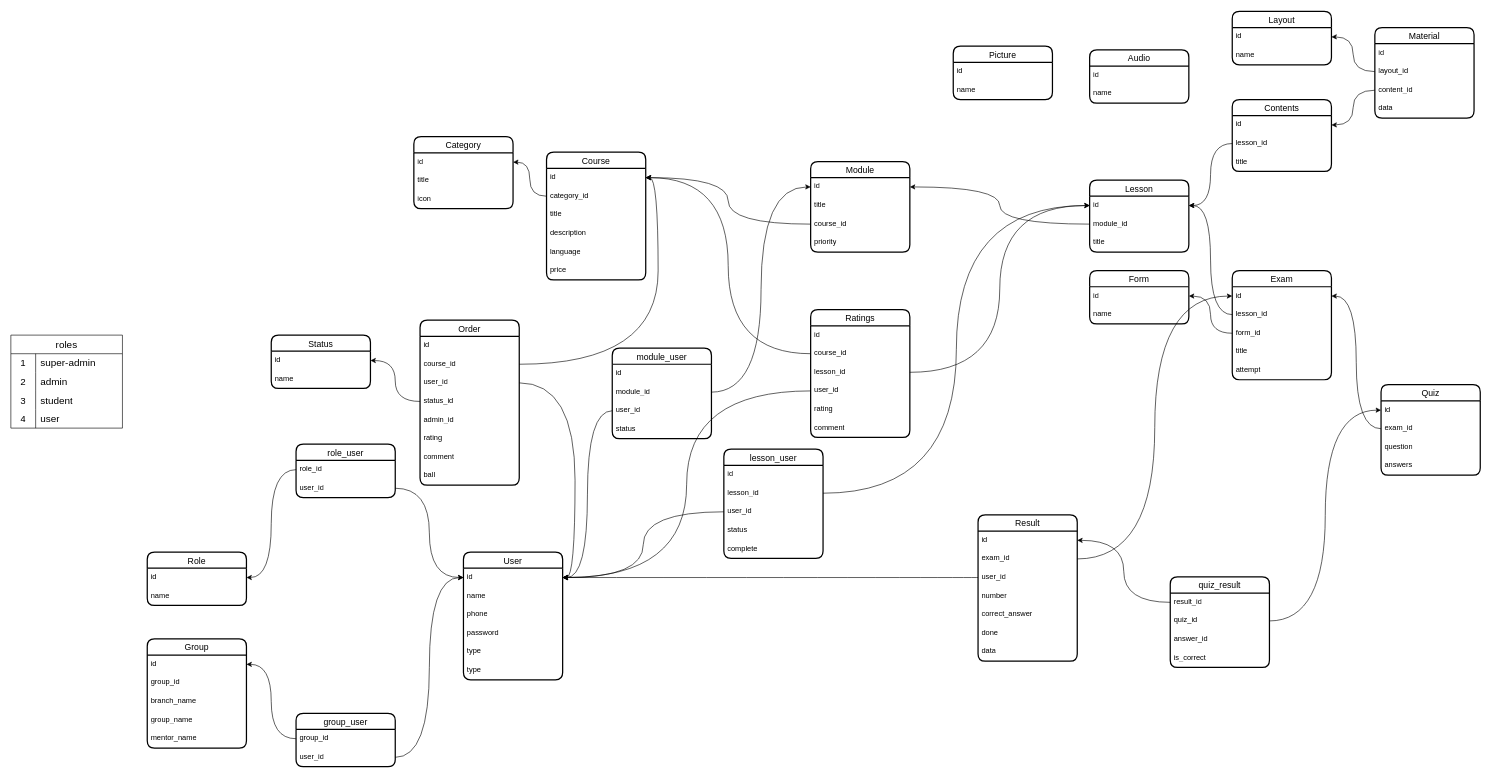
iztileuoff/databases keeps this draw.io diagram as newaction.drawio. Above is the earlier version. Source tidied: cells renumbered, new cells numbered last; positions are measured from the earlier drawing's top-left corner, leaving out a move shared by most shapes. Both pictures are drawn from the tidied source at 62%, with x=0, y=0 at pixel (11, 11).
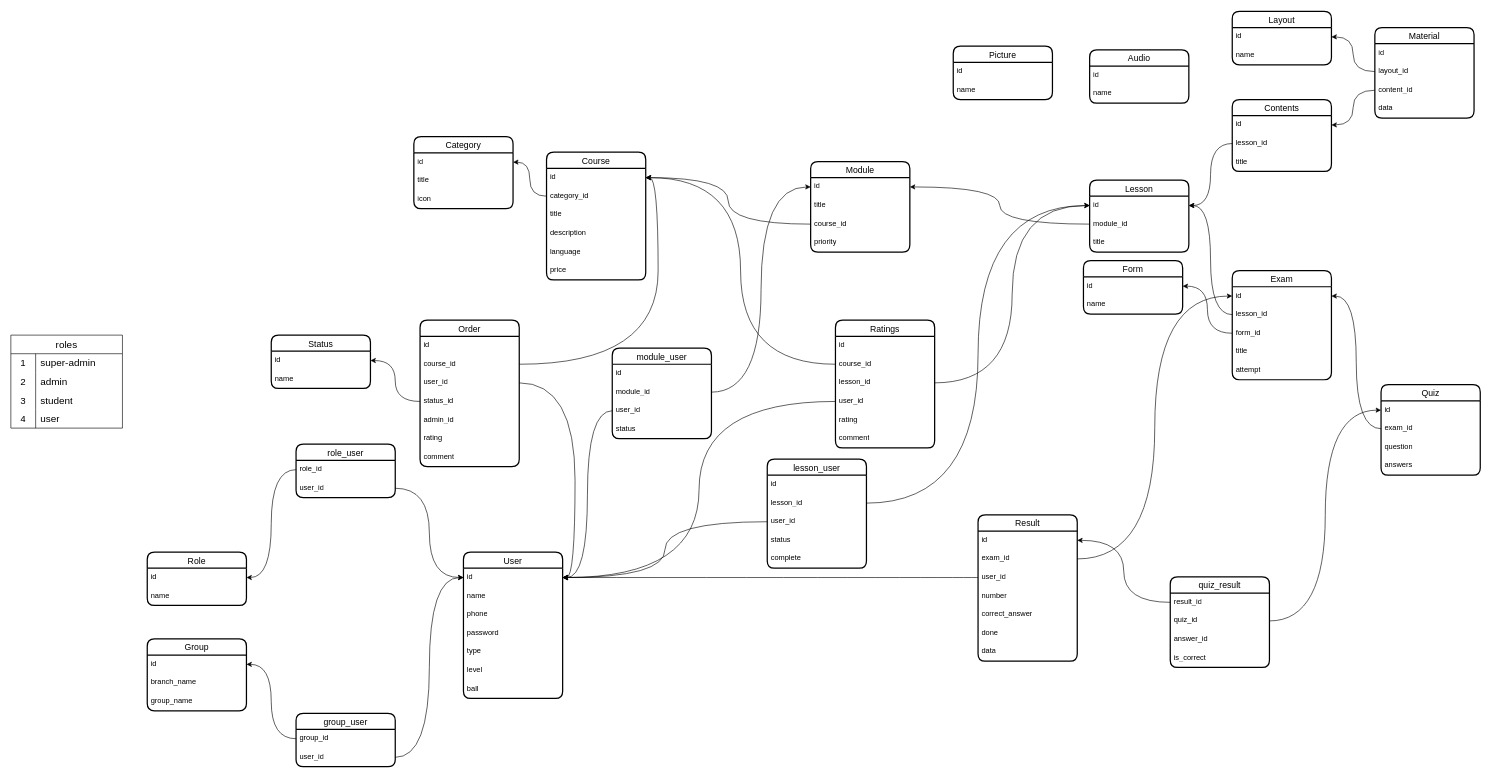
The same diagram, later.

Diff of the diagram source:
```diff
@@
     <mxCell id="2" value="User" style="swimlane;fontStyle=0;horizontal=1;startSize=26;align=center;fontSize=14;strokeWidth=2;rounded=1;shadow=0;glass=0;swimlaneLine=1;" parent="1" vertex="1">
-      <mxGeometry x="730" y="872" width="160" height="206" as="geometry" />
+      <mxGeometry x="730" y="872" width="160" height="236" as="geometry" />
     </mxCell>
@@
+    <mxCell id="159" value="level" style="text;strokeColor=none;fillColor=none;spacingLeft=4;spacingRight=4;overflow=hidden;fontSize=12;whiteSpace=wrap;html=1;" parent="2" vertex="1">
+      <mxGeometry y="176" width="160" height="30" as="geometry" />
+    </mxCell>
-    <mxCell id="8" value="type" style="text;strokeColor=none;fillColor=none;spacingLeft=4;spacingRight=4;overflow=hidden;fontSize=12;whiteSpace=wrap;html=1;" parent="2" vertex="1">
-      <mxGeometry y="176" width="160" height="30" as="geometry" />
+    <mxCell id="8" value="ball" style="text;strokeColor=none;fillColor=none;spacingLeft=4;spacingRight=4;overflow=hidden;fontSize=12;whiteSpace=wrap;html=1;" parent="2" vertex="1">
+      <mxGeometry y="206" width="160" height="30" as="geometry" />
     </mxCell>
@@
     <mxCell id="27" value="Order" style="swimlane;fontStyle=0;horizontal=1;startSize=26;align=center;fontSize=14;strokeWidth=2;rounded=1;shadow=0;glass=0;swimlaneLine=1;" parent="1" vertex="1">
-      <mxGeometry x="660" y="498" width="160" height="266" as="geometry" />
+      <mxGeometry x="660" y="498" width="160" height="236" as="geometry" />
     </mxCell>
@@
-    <mxCell id="35" value="ball" style="text;strokeColor=none;fillColor=none;spacingLeft=4;spacingRight=4;overflow=hidden;fontSize=12;whiteSpace=wrap;html=1;" parent="27" vertex="1">
-      <mxGeometry y="236" width="160" height="30" as="geometry" />
-    </mxCell>
     <mxCell id="36" value="Group" style="swimlane;fontStyle=0;horizontal=1;startSize=26;align=center;fontSize=14;strokeWidth=2;rounded=1;shadow=0;glass=0;swimlaneLine=1;" parent="1" vertex="1">
-      <mxGeometry x="220" y="1012" width="160" height="176" as="geometry" />
+      <mxGeometry x="220" y="1012" width="160" height="116" as="geometry" />
     </mxCell>
@@
-    <mxCell id="38" value="group_id" style="text;strokeColor=none;fillColor=none;spacingLeft=4;spacingRight=4;overflow=hidden;fontSize=12;whiteSpace=wrap;html=1;" parent="36" vertex="1">
-      <mxGeometry y="56" width="160" height="30" as="geometry" />
-    </mxCell>
     <mxCell id="39" value="branch_name" style="text;strokeColor=none;fillColor=none;spacingLeft=4;spacingRight=4;overflow=hidden;fontSize=12;whiteSpace=wrap;html=1;" parent="36" vertex="1">
-      <mxGeometry y="86" width="160" height="30" as="geometry" />
+      <mxGeometry y="56" width="160" height="30" as="geometry" />
     </mxCell>
     <mxCell id="40" value="group_name" style="text;strokeColor=none;fillColor=none;spacingLeft=4;spacingRight=4;overflow=hidden;fontSize=12;whiteSpace=wrap;html=1;" parent="36" vertex="1">
-      <mxGeometry y="116" width="160" height="30" as="geometry" />
+      <mxGeometry y="86" width="160" height="30" as="geometry" />
     </mxCell>
-    <mxCell id="41" value="mentor_name" style="text;strokeColor=none;fillColor=none;spacingLeft=4;spacingRight=4;overflow=hidden;fontSize=12;whiteSpace=wrap;html=1;" parent="36" vertex="1">
-      <mxGeometry y="146" width="160" height="30" as="geometry" />
-    </mxCell>
@@
     <mxCell id="79" value="lesson_user" style="swimlane;fontStyle=0;horizontal=1;startSize=26;align=center;fontSize=14;strokeWidth=2;rounded=1;shadow=0;glass=0;swimlaneLine=1;" parent="1" vertex="1">
-      <mxGeometry x="1150" y="706" width="160" height="176" as="geometry" />
+      <mxGeometry x="1220" y="722" width="160" height="176" as="geometry" />
     </mxCell>
@@
     <mxCell id="120" value="Form" style="swimlane;fontStyle=0;horizontal=1;startSize=26;align=center;fontSize=14;strokeWidth=2;rounded=1;shadow=0;glass=0;swimlaneLine=1;" parent="1" vertex="1">
-      <mxGeometry x="1740" y="418" width="160" height="86" as="geometry" />
+      <mxGeometry x="1730" y="402" width="160" height="86" as="geometry" />
     </mxCell>
@@
     <mxCell id="126" value="Ratings" style="swimlane;fontStyle=0;horizontal=1;startSize=26;align=center;fontSize=14;strokeWidth=2;rounded=1;shadow=0;glass=0;swimlaneLine=1;" parent="1" vertex="1">
-      <mxGeometry x="1290" y="481" width="160" height="206" as="geometry" />
+      <mxGeometry x="1330" y="498" width="160" height="206" as="geometry" />
     </mxCell>
```
